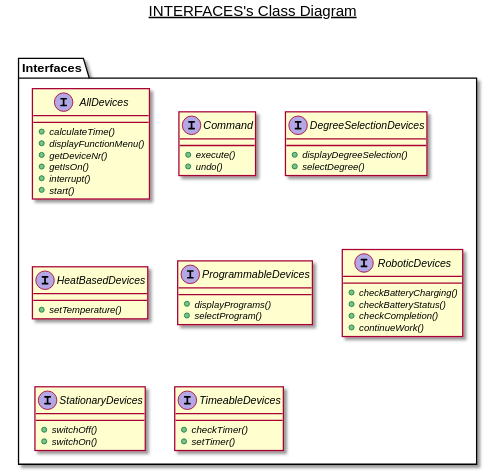
Above: Assignment_04_SmartPhone/Interfaces.svg in niddhog/BINF4241-Group10 (PlantUML), before the change.
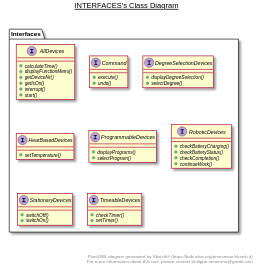
The same file after the commit.

What changed in the source:
```diff
@@ -72,4 +72,12 @@
 
 
 
+
+right footer
+
+
+PlantUML diagram generated by SketchIt! (https://bitbucket.org/pmesmeur/sketch.it)
+For more information about this tool, please contact philippe.mesmeur@gmail.com
+endfooter
+
 @enduml
```
